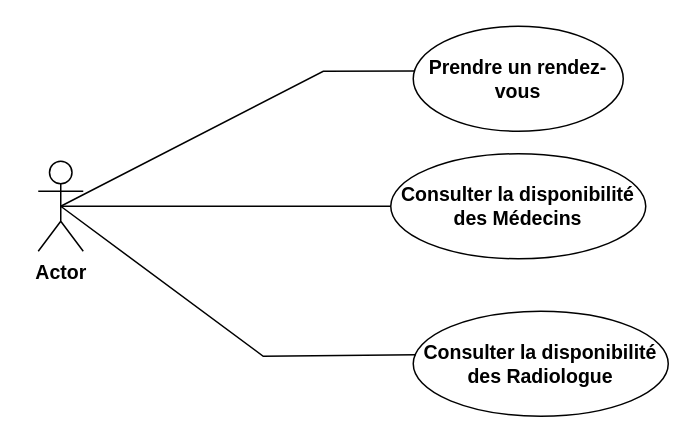
islamhamdaoui/Radiology-system-diagrams keeps this draw.io diagram as use case visiteur.drawio. Above is the earlier version. Source tidied: cells renumbered, new cells numbered last; positions are measured from the earlier drawing's top-left corner, leaving out a move shared by most shapes. Both pictures are drawn from the tidied source at 150%, with x=0, y=0 at pixel (38, 26).
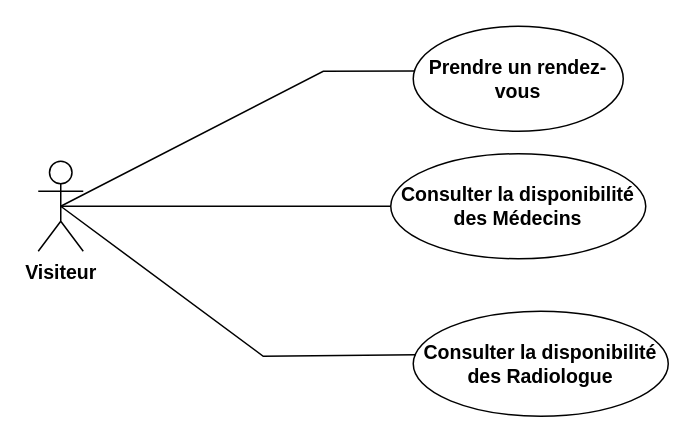
The same diagram, later.

Change to the diagram source:
```diff
@@
 <mxGraphModel>
   <root>
     <mxCell id="0" />
     <mxCell id="1" parent="0" />
-    <mxCell id="2" value="Actor" style="shape=umlActor;verticalLabelPosition=bottom;verticalAlign=top;html=1;fontSize=13;fontStyle=1;" parent="1" vertex="1">
+    <mxCell id="2" value="Visiteur" style="shape=umlActor;verticalLabelPosition=bottom;verticalAlign=top;html=1;fontSize=13;fontStyle=1;" parent="1" vertex="1">
       <mxGeometry y="90" width="30" height="60" as="geometry" />
     </mxCell>
     <mxCell id="3" value="Prendre un rendez-vous" style="ellipse;whiteSpace=wrap;html=1;fontStyle=1;fontSize=13;" parent="1" vertex="1">
       <mxGeometry x="250" width="140" height="70" as="geometry" />
     </mxCell>
     <mxCell id="4" value="Consulter la disponibilité des Médecins" style="ellipse;whiteSpace=wrap;html=1;fontStyle=1;fontSize=13;" parent="1" vertex="1">
       <mxGeometry x="235" y="85" width="170" height="70" as="geometry" />
     </mxCell>
     <mxCell id="5" value="Consulter la disponibilité des Radiologue" style="ellipse;whiteSpace=wrap;html=1;fontStyle=1;fontSize=13;" parent="1" vertex="1">
       <mxGeometry x="250" y="190" width="170" height="70" as="geometry" />
     </mxCell>
     <mxCell id="6" style="endArrow=none;html=1;rounded=0;exitX=0.5;exitY=0.5;exitDx=0;exitDy=0;exitPerimeter=0;entryX=0.004;entryY=0.426;entryDx=0;entryDy=0;entryPerimeter=0;" parent="1" edge="1" source="2" target="3">
       <mxGeometry relative="1" as="geometry">
         <Array as="points">
           <mxPoint x="190" y="30" />
         </Array>
       </mxGeometry>
     </mxCell>
     <mxCell id="7" style="endArrow=none;html=1;rounded=0;exitX=0.5;exitY=0.5;exitDx=0;exitDy=0;exitPerimeter=0;entryX=0;entryY=0.5;entryDx=0;entryDy=0;" parent="1" edge="1" source="2" target="4">
       <mxGeometry relative="1" as="geometry" />
     </mxCell>
     <mxCell id="8" style="endArrow=none;html=1;rounded=0;exitX=0.5;exitY=0.5;exitDx=0;exitDy=0;exitPerimeter=0;entryX=0.011;entryY=0.414;entryDx=0;entryDy=0;entryPerimeter=0;" parent="1" edge="1" source="2" target="5">
       <mxGeometry relative="1" as="geometry">
         <Array as="points">
           <mxPoint x="150" y="220" />
         </Array>
       </mxGeometry>
     </mxCell>
   </root>
 </mxGraphModel>
```
